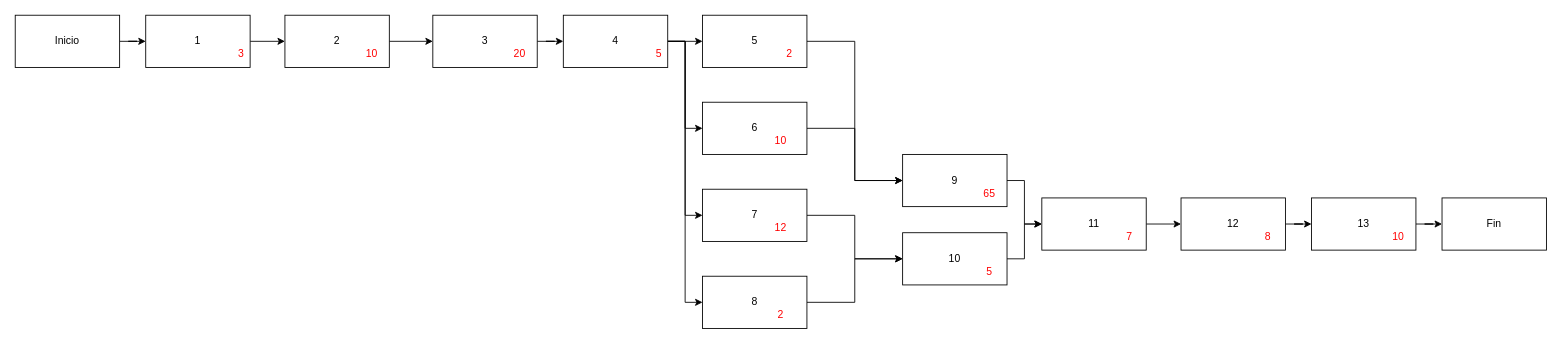
Above: TC06.drawio in KevinCordoba/RepositoriodeDiagramas (draw.io), before the change. Source tidied: cells renumbered, new cells numbered last; positions are measured from the earlier drawing's top-left corner, leaving out a move shared by most shapes. Both pictures are drawn from the tidied source at 87%, with x=0, y=0 at pixel (15, 15).
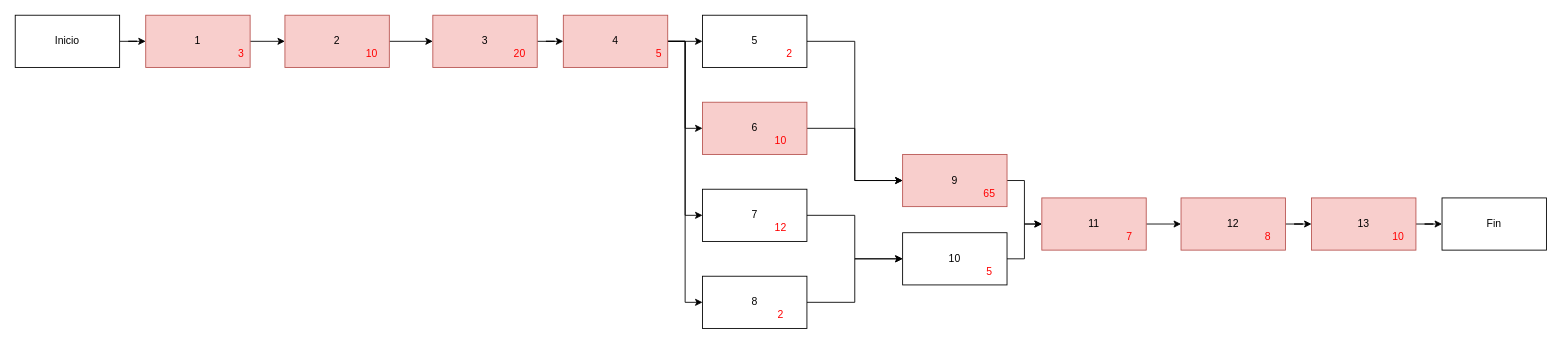
The same diagram, later.

The edit, as a diff of the source:
```diff
@@
-    <mxCell id="3" value="1" style="rounded=0;whiteSpace=wrap;html=1;" parent="1" vertex="1">
+    <mxCell id="3" value="1" style="rounded=0;whiteSpace=wrap;html=1;fillColor=#f8cecc;strokeColor=#b85450;" parent="1" vertex="1">
       <mxGeometry x="150" width="120" height="60" as="geometry" />
     </mxCell>
@@
-    <mxCell id="5" value="2" style="rounded=0;whiteSpace=wrap;html=1;" parent="1" vertex="1">
+    <mxCell id="5" value="2" style="rounded=0;whiteSpace=wrap;html=1;fillColor=#f8cecc;strokeColor=#b85450;" parent="1" vertex="1">
       <mxGeometry x="310" width="120" height="60" as="geometry" />
     </mxCell>
@@
-    <mxCell id="7" value="3" style="rounded=0;whiteSpace=wrap;html=1;" parent="1" vertex="1">
+    <mxCell id="7" value="3" style="rounded=0;whiteSpace=wrap;html=1;fillColor=#f8cecc;strokeColor=#b85450;" parent="1" vertex="1">
       <mxGeometry x="480" width="120" height="60" as="geometry" />
     </mxCell>
@@
-    <mxCell id="12" value="4" style="rounded=0;whiteSpace=wrap;html=1;" parent="1" vertex="1">
+    <mxCell id="12" value="4" style="rounded=0;whiteSpace=wrap;html=1;fillColor=#f8cecc;strokeColor=#b85450;" parent="1" vertex="1">
       <mxGeometry x="630" width="120" height="60" as="geometry" />
     </mxCell>
@@
-    <mxCell id="16" value="6" style="rounded=0;whiteSpace=wrap;html=1;" parent="1" vertex="1">
+    <mxCell id="16" value="6" style="rounded=0;whiteSpace=wrap;html=1;fillColor=#f8cecc;strokeColor=#b85450;" parent="1" vertex="1">
       <mxGeometry x="790" y="100" width="120" height="60" as="geometry" />
     </mxCell>
@@
-    <mxCell id="22" value="9" style="rounded=0;whiteSpace=wrap;html=1;" parent="1" vertex="1">
+    <mxCell id="22" value="9" style="rounded=0;whiteSpace=wrap;html=1;fillColor=#f8cecc;strokeColor=#b85450;" parent="1" vertex="1">
       <mxGeometry x="1020" y="160" width="120" height="60" as="geometry" />
     </mxCell>
@@
-    <mxCell id="26" value="11" style="rounded=0;whiteSpace=wrap;html=1;" parent="1" vertex="1">
+    <mxCell id="26" value="11" style="rounded=0;whiteSpace=wrap;html=1;fillColor=#f8cecc;strokeColor=#b85450;" parent="1" vertex="1">
       <mxGeometry x="1180" y="210" width="120" height="60" as="geometry" />
     </mxCell>
@@
-    <mxCell id="28" value="12" style="rounded=0;whiteSpace=wrap;html=1;" parent="1" vertex="1">
+    <mxCell id="28" value="12" style="rounded=0;whiteSpace=wrap;html=1;fillColor=#f8cecc;strokeColor=#b85450;" parent="1" vertex="1">
       <mxGeometry x="1340" y="210" width="120" height="60" as="geometry" />
     </mxCell>
@@
-    <mxCell id="30" value="13" style="rounded=0;whiteSpace=wrap;html=1;" parent="1" vertex="1">
+    <mxCell id="30" value="13" style="rounded=0;whiteSpace=wrap;html=1;fillColor=#f8cecc;strokeColor=#b85450;" parent="1" vertex="1">
       <mxGeometry x="1490" y="210" width="120" height="60" as="geometry" />
     </mxCell>
```
